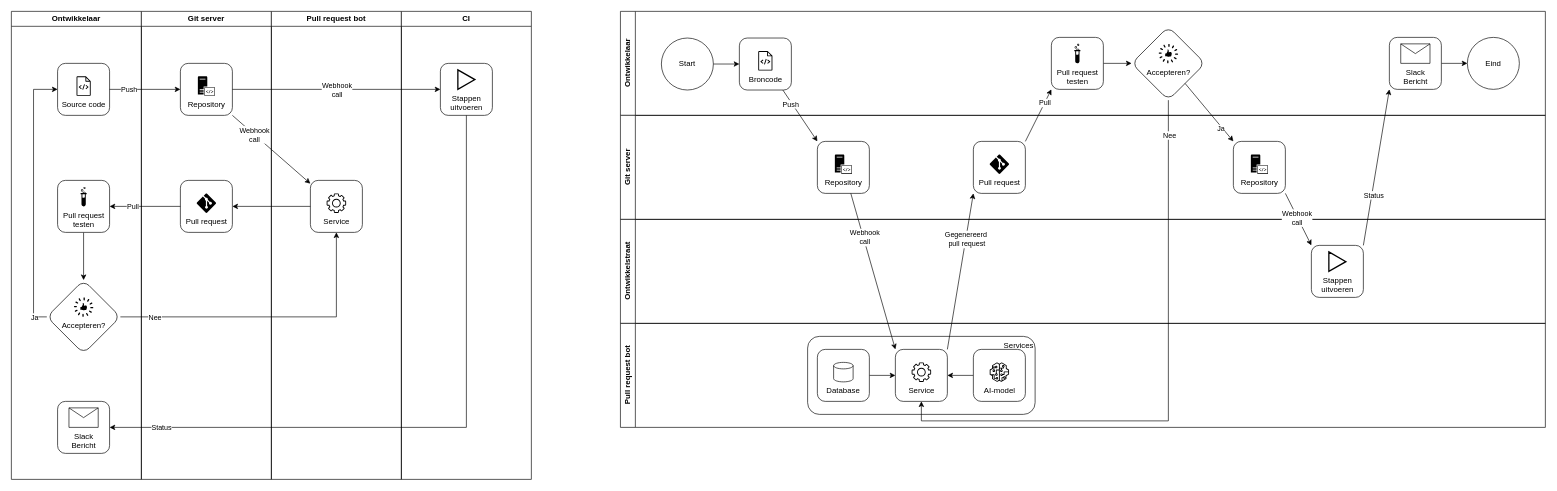
luukvankooten/draw.io keeps this draw.io diagram as page "Simpel-pull-request" (11 of 13) of cli app.drawio. Above is the earlier version. Source tidied: cells renumbered, new cells numbered last; positions are measured from the earlier drawing's top-left corner, leaving out a move shared by most shapes. Both pictures are drawn from the tidied source at 65%, with x=0, y=0 at pixel (11, 11).
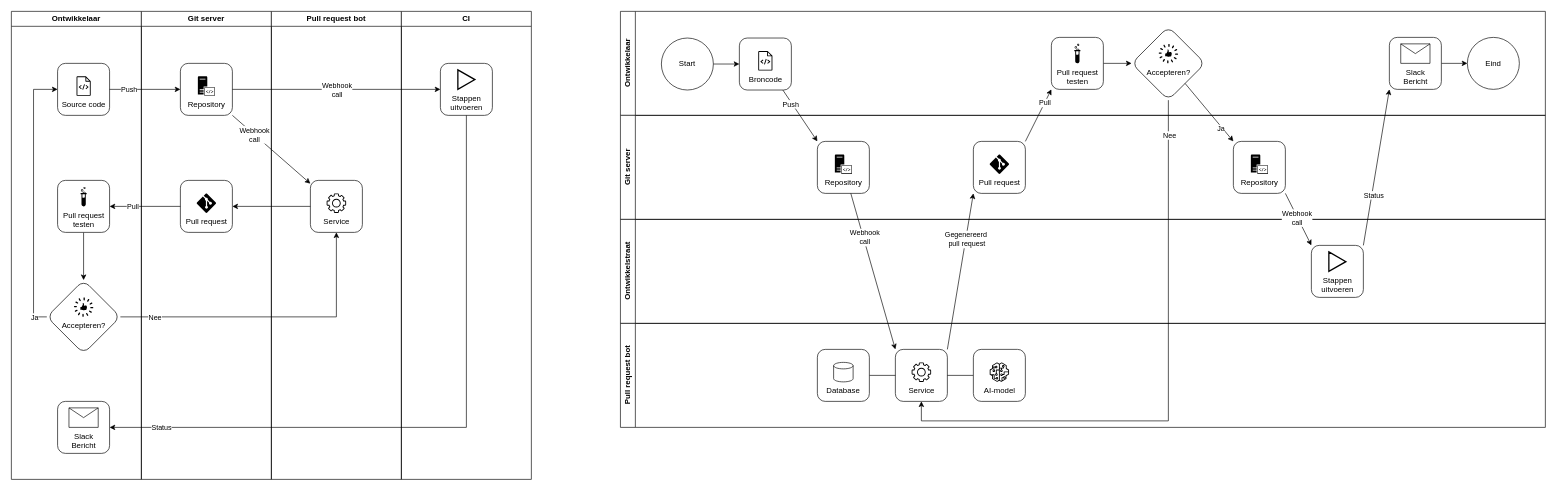
Above is the later version.

Unchanged cells that the change refers to:
```xml
<mxCell id="72" value="&lt;div&gt;Pull request bot&lt;/div&gt;" style="swimlane;horizontal=0;whiteSpace=wrap;html=1;" parent="1" vertex="1">
  <mxGeometry x="937" y="480" width="1423" height="160" as="geometry" />
</mxCell>
<mxCell id="74" style="rounded=1;whiteSpace=wrap;html=1;" parent="72" vertex="1">
  <mxGeometry x="423" y="40" width="80" height="80" as="geometry" />
</mxCell>
<mxCell id="77" style="rounded=1;whiteSpace=wrap;html=1;" parent="72" vertex="1">
  <mxGeometry x="303" y="40" width="80" height="80" as="geometry" />
</mxCell>
<mxCell id="79" style="rounded=1;whiteSpace=wrap;html=1;" parent="72" vertex="1">
  <mxGeometry x="543" y="40" width="80" height="80" as="geometry" />
</mxCell>
```

Diff of the diagram source:
```diff
@@
-    <mxCell id="73" value="Services" style="rounded=1;whiteSpace=wrap;html=1;verticalAlign=top;labelPosition=center;verticalLabelPosition=middle;align=right;fillColor=none;" parent="72" vertex="1">
-      <mxGeometry x="288" y="20" width="350" height="120" as="geometry" />
-    </mxCell>
@@
-    <mxCell id="76" style="edgeStyle=orthogonalEdgeStyle;rounded=0;jettySize=auto;html=1;" parent="72" edge="1" source="77" target="74">
+    <mxCell id="76" style="edgeStyle=orthogonalEdgeStyle;rounded=0;jettySize=auto;html=1;endArrow=none;endFill=0;" parent="72" edge="1" source="77" target="74">
       <mxGeometry relative="1" as="geometry" />
     </mxCell>
@@
-    <mxCell id="78" style="edgeStyle=orthogonalEdgeStyle;rounded=0;jettySize=auto;html=1;entryX=1;entryY=0.5;entryDx=0;entryDy=0;" parent="72" edge="1" source="79" target="74">
+    <mxCell id="78" style="edgeStyle=orthogonalEdgeStyle;rounded=0;jettySize=auto;html=1;entryX=1;entryY=0.5;entryDx=0;entryDy=0;endArrow=none;endFill=0;" parent="72" edge="1" source="79" target="74">
       <mxGeometry relative="1" as="geometry" />
     </mxCell>
```
